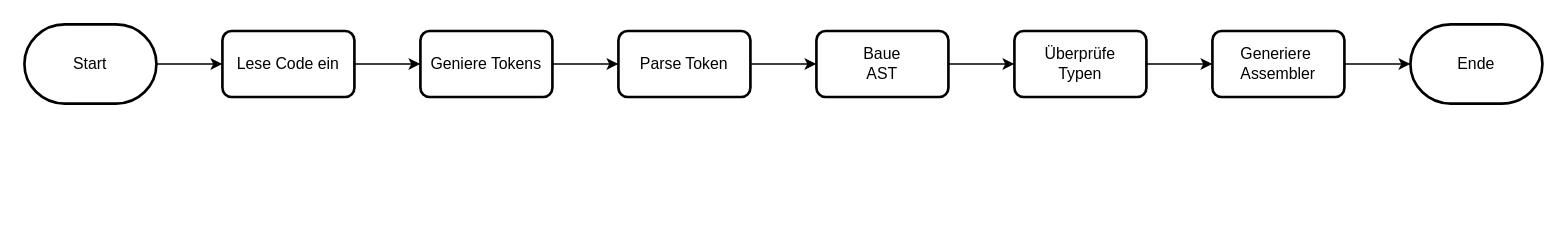
The draw.io diagram Compilerbau.drawio in fbuedding/faul-compiler, before the edit. Source tidied: cells renumbered, new cells numbered last; positions are measured from the earlier drawing's top-left corner, leaving out a move shared by most shapes. Both pictures are drawn from the tidied source at 132%, with x=0, y=0 at pixel (24, 24).
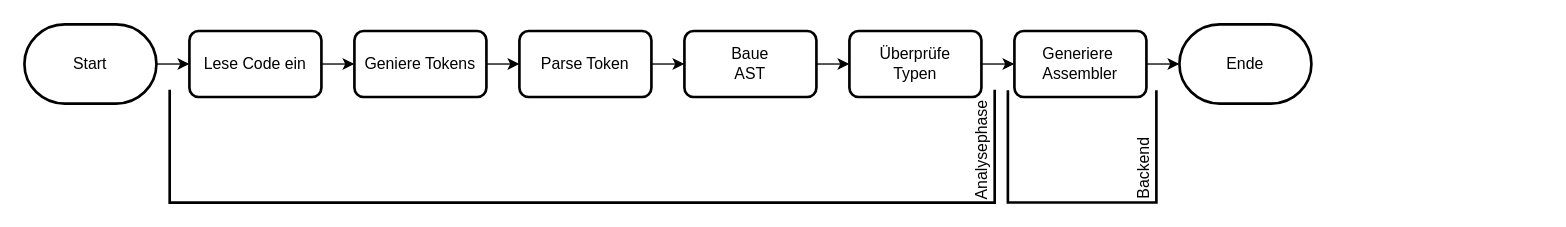
After the change.

What changed in the source:
```diff
@@
 <mxGraphModel>
   <root>
     <mxCell id="0" />
     <mxCell id="1" parent="0" />
     <mxCell id="2" style="edgeStyle=orthogonalEdgeStyle;rounded=0;jettySize=auto;html=1;noEdgeStyle=1;orthogonal=1;" parent="1" edge="1" source="3" target="5">
       <mxGeometry relative="1" as="geometry" />
     </mxCell>
     <mxCell id="3" value="Start" style="strokeWidth=2;html=1;shape=mxgraph.flowchart.terminator;whiteSpace=wrap;" parent="1" vertex="1">
       <mxGeometry width="100" height="60" as="geometry" />
     </mxCell>
     <mxCell id="4" style="edgeStyle=orthogonalEdgeStyle;rounded=0;jettySize=auto;html=1;noEdgeStyle=1;orthogonal=1;" parent="1" edge="1" source="5" target="7">
       <mxGeometry relative="1" as="geometry" />
     </mxCell>
     <mxCell id="5" value="Lese Code ein" style="rounded=1;whiteSpace=wrap;html=1;absoluteArcSize=1;arcSize=14;strokeWidth=2;" parent="1" vertex="1">
-      <mxGeometry x="150" y="5" width="100" height="50" as="geometry" />
+      <mxGeometry x="125" y="5" width="100" height="50" as="geometry" />
     </mxCell>
     <mxCell id="6" style="edgeStyle=orthogonalEdgeStyle;rounded=0;jettySize=auto;html=1;noEdgeStyle=1;orthogonal=1;" parent="1" edge="1" source="7" target="9">
       <mxGeometry relative="1" as="geometry" />
     </mxCell>
     <mxCell id="7" value="Geniere Tokens" style="rounded=1;whiteSpace=wrap;html=1;absoluteArcSize=1;arcSize=14;strokeWidth=2;" parent="1" vertex="1">
-      <mxGeometry x="300" y="5" width="100" height="50" as="geometry" />
+      <mxGeometry x="250" y="5" width="100" height="50" as="geometry" />
     </mxCell>
     <mxCell id="8" style="edgeStyle=orthogonalEdgeStyle;rounded=0;jettySize=auto;html=1;noEdgeStyle=1;orthogonal=1;" parent="1" edge="1" source="9" target="11">
       <mxGeometry relative="1" as="geometry" />
     </mxCell>
     <mxCell id="9" value="Parse Token" style="rounded=1;whiteSpace=wrap;html=1;absoluteArcSize=1;arcSize=14;strokeWidth=2;" parent="1" vertex="1">
-      <mxGeometry x="450" y="5" width="100" height="50" as="geometry" />
+      <mxGeometry x="375" y="5" width="100" height="50" as="geometry" />
     </mxCell>
     <mxCell id="10" style="edgeStyle=orthogonalEdgeStyle;rounded=0;jettySize=auto;html=1;noEdgeStyle=1;orthogonal=1;" parent="1" edge="1" source="11" target="13">
       <mxGeometry relative="1" as="geometry" />
     </mxCell>
     <mxCell id="11" value="Baue&lt;br&gt;AST" style="rounded=1;whiteSpace=wrap;html=1;absoluteArcSize=1;arcSize=14;strokeWidth=2;" parent="1" vertex="1">
-      <mxGeometry x="600" y="5" width="100" height="50" as="geometry" />
+      <mxGeometry x="500" y="5" width="100" height="50" as="geometry" />
     </mxCell>
     <mxCell id="12" style="edgeStyle=orthogonalEdgeStyle;rounded=0;jettySize=auto;html=1;noEdgeStyle=1;orthogonal=1;" parent="1" edge="1" source="13" target="15">
       <mxGeometry relative="1" as="geometry" />
     </mxCell>
     <mxCell id="13" value="Überprüfe&lt;br&gt;Typen" style="rounded=1;whiteSpace=wrap;html=1;absoluteArcSize=1;arcSize=14;strokeWidth=2;" parent="1" vertex="1">
-      <mxGeometry x="750" y="5" width="100" height="50" as="geometry" />
+      <mxGeometry x="625" y="5" width="100" height="50" as="geometry" />
     </mxCell>
     <mxCell id="14" style="edgeStyle=orthogonalEdgeStyle;rounded=0;jettySize=auto;html=1;noEdgeStyle=1;orthogonal=1;" parent="1" edge="1" source="15" target="16">
       <mxGeometry relative="1" as="geometry" />
     </mxCell>
     <mxCell id="15" value="Generiere&amp;nbsp;&lt;br&gt;Assembler" style="rounded=1;whiteSpace=wrap;html=1;absoluteArcSize=1;arcSize=14;strokeWidth=2;" parent="1" vertex="1">
-      <mxGeometry x="900" y="5" width="100" height="50" as="geometry" />
+      <mxGeometry x="750" y="5" width="100" height="50" as="geometry" />
     </mxCell>
     <mxCell id="16" value="Ende" style="strokeWidth=2;html=1;shape=mxgraph.flowchart.terminator;whiteSpace=wrap;" parent="1" vertex="1">
-      <mxGeometry x="1050" width="100" height="60" as="geometry" />
+      <mxGeometry x="875" width="100" height="60" as="geometry" />
     </mxCell>
+    <mxCell id="17" value="Analysephase" style="strokeWidth=2;html=1;shape=mxgraph.flowchart.annotation_1;align=left;rotation=-90;shadow=0;horizontal=1;verticalAlign=bottom;" parent="1" vertex="1">
+      <mxGeometry x="379.8" y="-220.2" width="85.5" height="625" as="geometry" />
+    </mxCell>
+    <mxCell id="18" value="Backend" style="strokeWidth=2;html=1;shape=mxgraph.flowchart.annotation_1;align=left;rotation=-90;verticalAlign=bottom;" parent="1" vertex="1">
+      <mxGeometry x="758.8" y="36.2" width="85" height="112.5" as="geometry" />
+    </mxCell>
   </root>
 </mxGraphModel>
```
